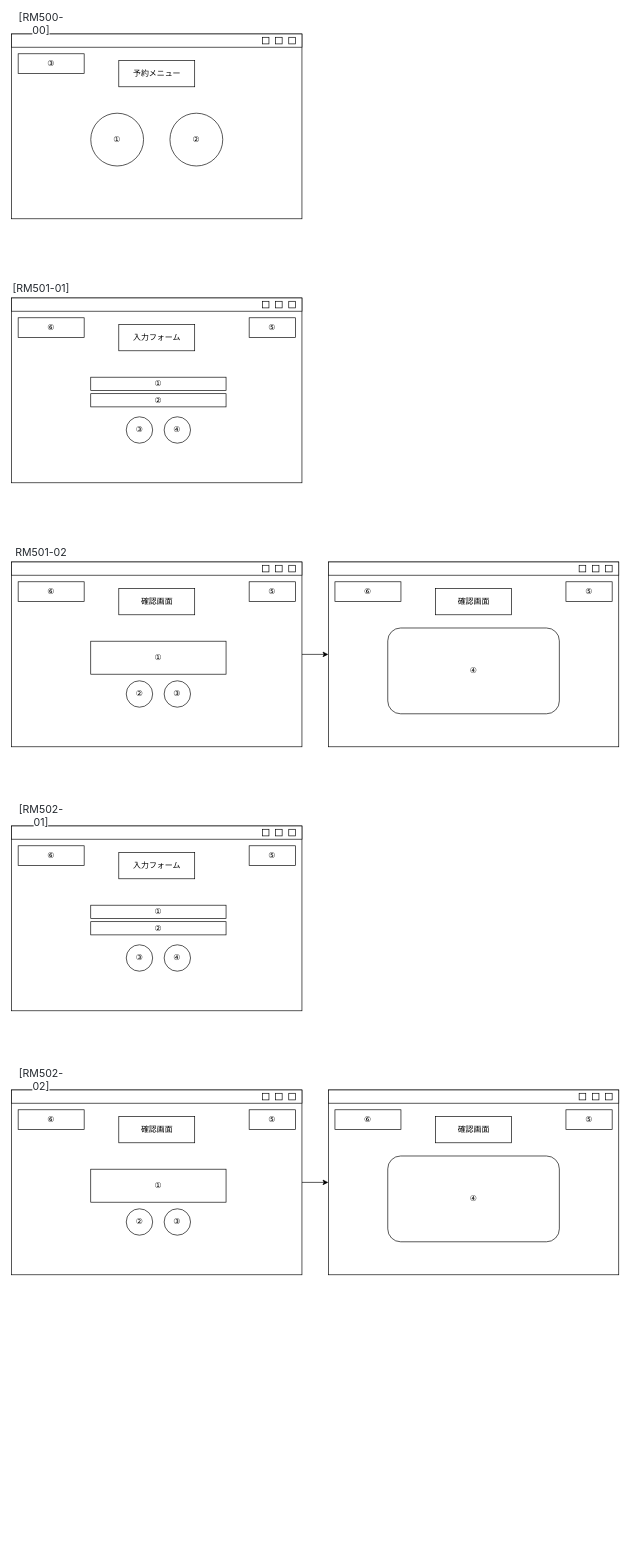
This is Documents/20_外部設計/22_画面レイアウト設計/画面レイアウト設計書/drawio/RM.dwaio.drawio from charlie24403/Librarians, a draw.io file, before an edit. Source tidied: cells renumbered, new cells numbered last; positions are measured from the earlier drawing's top-left corner, leaving out a move shared by most shapes. Both pictures are drawn from the tidied source at 66%, with x=0, y=0 at pixel (11, 14).
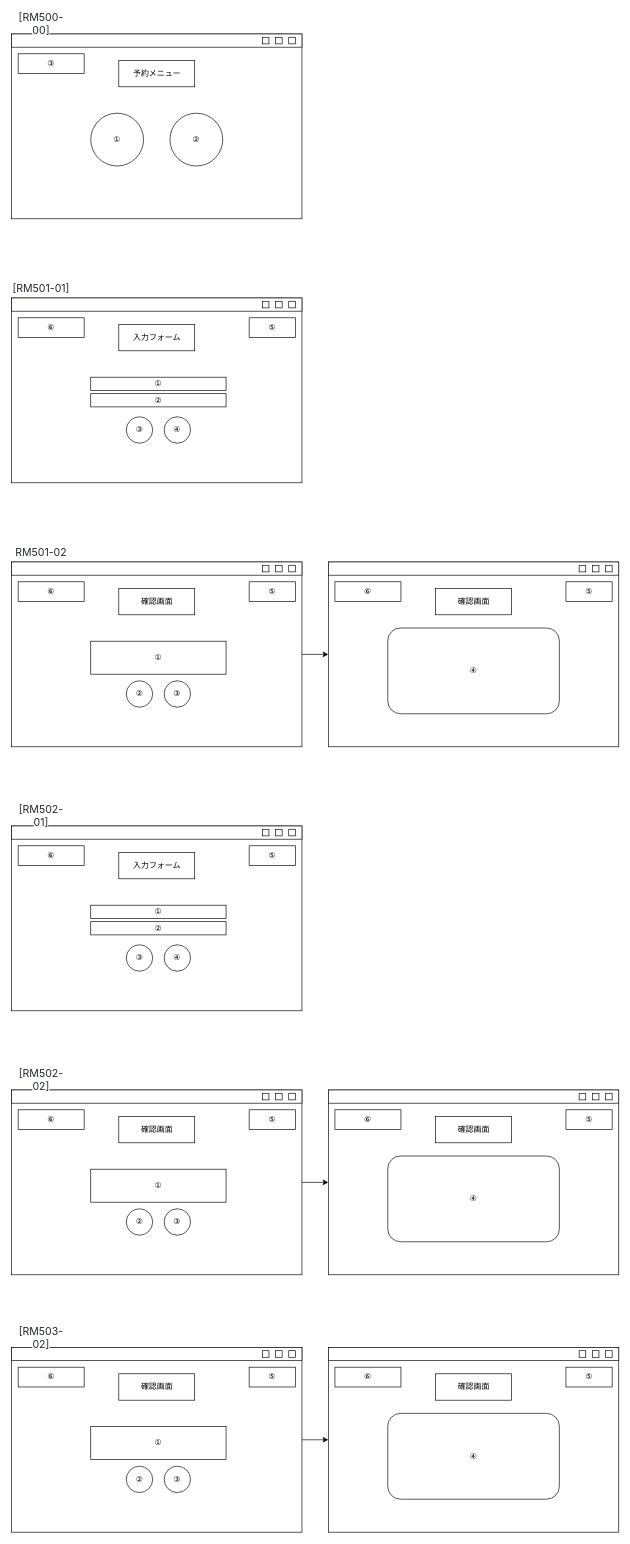
The same diagram, later.

What changed in the source:
```diff
@@
+    <mxCell id="82" style="edgeStyle=orthogonalEdgeStyle;rounded=0;jettySize=auto;html=1;entryX=0;entryY=0.5;entryDx=0;entryDy=0;" parent="1" edge="1" source="83" target="95">
+      <mxGeometry relative="1" as="geometry" />
+    </mxCell>
+    <mxCell id="83" style="rounded=0;whiteSpace=wrap;html=1;" parent="1" vertex="1">
+      <mxGeometry y="2020" width="440" height="280" as="geometry" />
+    </mxCell>
+    <mxCell id="84" style="rounded=0;whiteSpace=wrap;html=1;" parent="1" vertex="1">
+      <mxGeometry y="2020" width="440" height="20" as="geometry" />
+    </mxCell>
+    <mxCell id="85" style="rounded=0;whiteSpace=wrap;html=1;" parent="1" vertex="1">
+      <mxGeometry x="400" y="2025" width="10" height="10" as="geometry" />
+    </mxCell>
+    <mxCell id="86" style="rounded=0;whiteSpace=wrap;html=1;" parent="1" vertex="1">
+      <mxGeometry x="420" y="2025" width="10" height="10" as="geometry" />
+    </mxCell>
+    <mxCell id="87" style="rounded=0;whiteSpace=wrap;html=1;" parent="1" vertex="1">
+      <mxGeometry x="380" y="2025" width="10" height="10" as="geometry" />
+    </mxCell>
+    <mxCell id="88" value="⑥" style="rounded=0;whiteSpace=wrap;html=1;" parent="1" vertex="1">
+      <mxGeometry x="10" y="2050" width="100" height="30" as="geometry" />
+    </mxCell>
+    <mxCell id="89" value="確認画面" style="rounded=0;whiteSpace=wrap;html=1;" parent="1" vertex="1">
+      <mxGeometry x="162.5" y="2060" width="115" height="40" as="geometry" />
+    </mxCell>
+    <mxCell id="90" value="&lt;span style=&quot;color: rgb(36, 41, 47); font-family: -apple-system, BlinkMacSystemFont, &amp;quot;Segoe UI&amp;quot;, Helvetica, Arial, sans-serif, &amp;quot;Apple Color Emoji&amp;quot;, &amp;quot;Segoe UI Emoji&amp;quot;; font-size: 16px; text-align: left; background-color: rgb(255, 255, 255);&quot;&gt;[&lt;/span&gt;&lt;span style=&quot;color: rgb(36, 41, 47); font-family: -apple-system, BlinkMacSystemFont, &amp;quot;Segoe UI&amp;quot;, Helvetica, Arial, sans-serif, &amp;quot;Apple Color Emoji&amp;quot;, &amp;quot;Segoe UI Emoji&amp;quot;; font-size: 16px; text-align: left; background-color: rgb(255, 255, 255);&quot;&gt;RM503-02&lt;/span&gt;&lt;span style=&quot;color: rgb(36, 41, 47); font-family: -apple-system, BlinkMacSystemFont, &amp;quot;Segoe UI&amp;quot;, Helvetica, Arial, sans-serif, &amp;quot;Apple Color Emoji&amp;quot;, &amp;quot;Segoe UI Emoji&amp;quot;; font-size: 16px; text-align: left; background-color: rgb(255, 255, 255);&quot;&gt;]&lt;/span&gt;" style="text;html=1;strokeColor=none;fillColor=none;align=center;verticalAlign=middle;whiteSpace=wrap;rounded=0;" parent="1" vertex="1">
+      <mxGeometry y="1990" width="90" height="30" as="geometry" />
+    </mxCell>
+    <mxCell id="91" value="⑤" style="rounded=0;whiteSpace=wrap;html=1;" parent="1" vertex="1">
+      <mxGeometry x="360" y="2050" width="70" height="30" as="geometry" />
+    </mxCell>
+    <mxCell id="92" value="①" style="rounded=0;whiteSpace=wrap;html=1;" parent="1" vertex="1">
+      <mxGeometry x="120" y="2140" width="205" height="50" as="geometry" />
+    </mxCell>
+    <mxCell id="93" value="②" style="ellipse;whiteSpace=wrap;html=1;" parent="1" vertex="1">
+      <mxGeometry x="173.8" y="2200" width="40" height="40" as="geometry" />
+    </mxCell>
+    <mxCell id="94" value="③" style="ellipse;whiteSpace=wrap;html=1;" parent="1" vertex="1">
+      <mxGeometry x="231.2" y="2200" width="40" height="40" as="geometry" />
+    </mxCell>
+    <mxCell id="95" style="rounded=0;whiteSpace=wrap;html=1;" parent="1" vertex="1">
+      <mxGeometry x="480" y="2020" width="440" height="280" as="geometry" />
+    </mxCell>
+    <mxCell id="96" style="rounded=0;whiteSpace=wrap;html=1;" parent="1" vertex="1">
+      <mxGeometry x="480" y="2020" width="440" height="20" as="geometry" />
+    </mxCell>
+    <mxCell id="97" style="rounded=0;whiteSpace=wrap;html=1;" parent="1" vertex="1">
+      <mxGeometry x="880" y="2025" width="10" height="10" as="geometry" />
+    </mxCell>
+    <mxCell id="98" style="rounded=0;whiteSpace=wrap;html=1;" parent="1" vertex="1">
+      <mxGeometry x="900" y="2025" width="10" height="10" as="geometry" />
+    </mxCell>
+    <mxCell id="99" style="rounded=0;whiteSpace=wrap;html=1;" parent="1" vertex="1">
+      <mxGeometry x="860" y="2025" width="10" height="10" as="geometry" />
+    </mxCell>
+    <mxCell id="100" value="⑥" style="rounded=0;whiteSpace=wrap;html=1;" parent="1" vertex="1">
+      <mxGeometry x="490" y="2050" width="100" height="30" as="geometry" />
+    </mxCell>
+    <mxCell id="101" value="確認画面" style="rounded=0;whiteSpace=wrap;html=1;" parent="1" vertex="1">
+      <mxGeometry x="642.5" y="2060" width="115" height="40" as="geometry" />
+    </mxCell>
+    <mxCell id="102" value="⑤" style="rounded=0;whiteSpace=wrap;html=1;" parent="1" vertex="1">
+      <mxGeometry x="840" y="2050" width="70" height="30" as="geometry" />
+    </mxCell>
+    <mxCell id="103" value="④" style="rounded=1;whiteSpace=wrap;html=1;" parent="1" vertex="1">
+      <mxGeometry x="570" y="2120" width="260" height="130" as="geometry" />
+    </mxCell>
```
